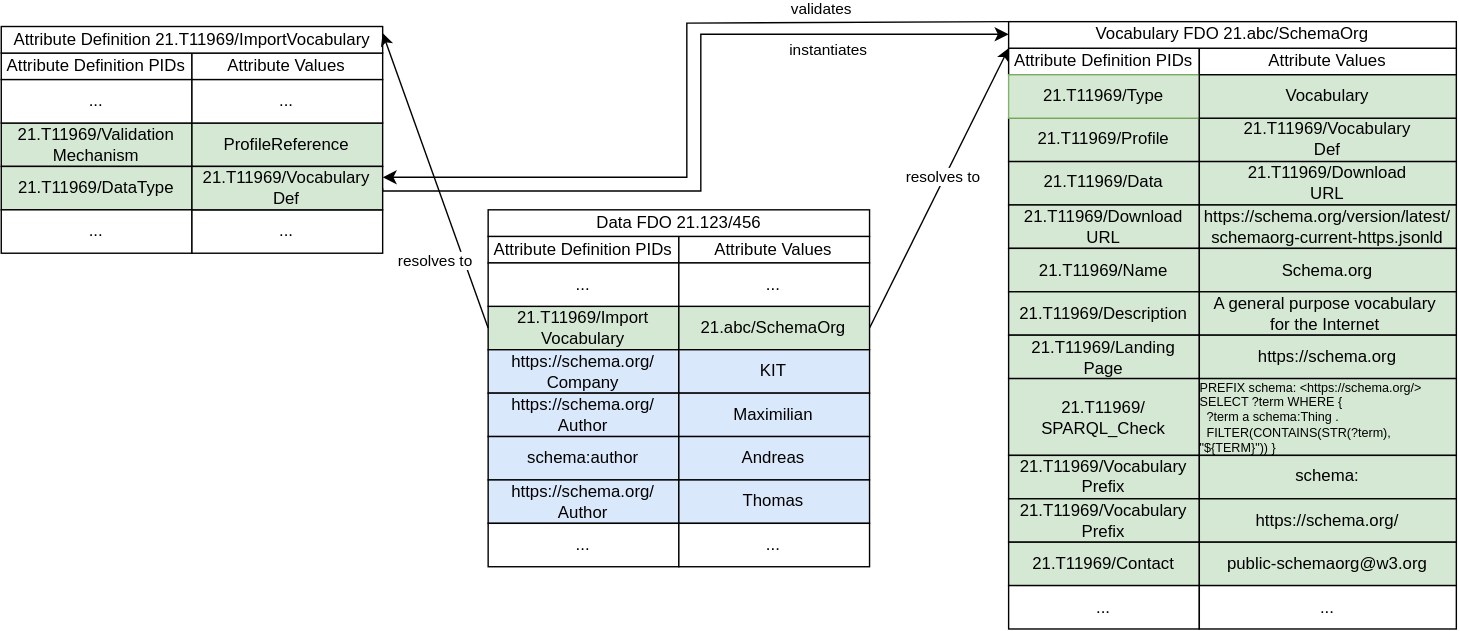
Earlier version of the draw.io export img/External-Vocabulary-Referencing.svg (fairdo-org/handle_fdo_specification). Source tidied: cells renumbered, new cells last; positions are measured from the earlier drawing's top-left corner, leaving out a move shared by most shapes. The source it was exported from:
```xml
<mxGraphModel>
  <root>
    <mxCell id="0" />
    <mxCell id="1" parent="0" />
    <mxCell id="2" value="Attribute Definition PIDs" style="rounded=0;whiteSpace=wrap;html=1;" parent="1" vertex="1">
      <mxGeometry y="31.4" width="136.3" height="19" as="geometry" />
    </mxCell>
    <mxCell id="3" value="Attribute Values" style="rounded=0;whiteSpace=wrap;html=1;" parent="1" vertex="1">
      <mxGeometry x="136.3" y="31.4" width="136.3" height="19" as="geometry" />
    </mxCell>
    <mxCell id="4" value="21.T11969/Validation&lt;br&gt;Mechanism" style="rounded=0;whiteSpace=wrap;html=1;fillColor=#D5E8D4;" parent="1" vertex="1">
      <mxGeometry y="81.4" width="136.3" height="31" as="geometry" />
    </mxCell>
    <mxCell id="5" value="ProfileReference" style="rounded=0;whiteSpace=wrap;html=1;fillColor=#D5E8D4;" parent="1" vertex="1">
      <mxGeometry x="136.3" y="81.4" width="136.3" height="31" as="geometry" />
    </mxCell>
    <mxCell id="6" value="21.T11969/DataType" style="rounded=0;whiteSpace=wrap;html=1;fillColor=#D5E8D4;" parent="1" vertex="1">
      <mxGeometry y="112.5" width="136.3" height="31" as="geometry" />
    </mxCell>
    <mxCell id="7" value="..." style="rounded=0;whiteSpace=wrap;html=1;fillColor=#FFFFFF;" parent="1" vertex="1">
      <mxGeometry y="50.4" width="136.3" height="31" as="geometry" />
    </mxCell>
    <mxCell id="8" value="..." style="rounded=0;whiteSpace=wrap;html=1;fillColor=#FFFFFF;" parent="1" vertex="1">
      <mxGeometry x="136.3" y="50.4" width="136.3" height="31" as="geometry" />
    </mxCell>
    <mxCell id="9" value="..." style="rounded=0;whiteSpace=wrap;html=1;fillColor=#FFFFFF;" parent="1" vertex="1">
      <mxGeometry y="143.5" width="136.3" height="31" as="geometry" />
    </mxCell>
    <mxCell id="10" value="..." style="rounded=0;whiteSpace=wrap;html=1;fillColor=#FFFFFF;" parent="1" vertex="1">
      <mxGeometry x="136.3" y="143.5" width="136.3" height="31" as="geometry" />
    </mxCell>
    <mxCell id="11" style="rounded=1;jettySize=auto;html=1;exitX=1;exitY=0.75;exitDx=0;exitDy=0;entryX=0;entryY=0.5;entryDx=0;entryDy=0;fontFamily=Architects Daughter;fontSource=https%3A%2F%2Ffonts.googleapis.com%2Fcss%3Ffamily%3DArchitects%2BDaughter;fontSize=16;startSize=14;endArrow=open;endSize=14;sourcePerimeterSpacing=8;targetPerimeterSpacing=8;elbow=vertical;strokeColor=none;" parent="1" edge="1" source="13" target="36">
      <mxGeometry relative="1" as="geometry" />
    </mxCell>
    <mxCell id="12" style="edgeStyle=orthogonalEdgeStyle;rounded=0;jettySize=auto;html=1;exitX=1;exitY=0.5;exitDx=0;exitDy=0;fontFamily=Architects Daughter;fontSource=https%3A%2F%2Ffonts.googleapis.com%2Fcss%3Ffamily%3DArchitects%2BDaughter;fontSize=16;startSize=14;endArrow=classic;endSize=7;sourcePerimeterSpacing=8;targetPerimeterSpacing=8;endFill=1;strokeWidth=1;" parent="1" edge="1" source="13">
      <mxGeometry relative="1" as="geometry">
        <mxPoint x="720" y="18" as="targetPoint" />
        <Array as="points">
          <mxPoint x="273" y="130" />
          <mxPoint x="500" y="130" />
          <mxPoint x="500" y="18" />
          <mxPoint x="720" y="18" />
        </Array>
      </mxGeometry>
    </mxCell>
    <mxCell id="13" value="21.T11969/Vocabulary&lt;br&gt;Def" style="rounded=0;whiteSpace=wrap;html=1;fillColor=#D5E8D4;" parent="1" vertex="1">
      <mxGeometry x="136.3" y="112.5" width="136.3" height="31" as="geometry" />
    </mxCell>
    <mxCell id="14" value="Attribute Definition 21.T11969/ImportVocabulary" style="rounded=0;whiteSpace=wrap;html=1;" parent="1" vertex="1">
      <mxGeometry y="12.5" width="272.6" height="19" as="geometry" />
    </mxCell>
    <mxCell id="15" value="Attribute Definition PIDs" style="rounded=0;whiteSpace=wrap;html=1;" parent="1" vertex="1">
      <mxGeometry x="348" y="162.5" width="136.3" height="19" as="geometry" />
    </mxCell>
    <mxCell id="16" value="Attribute Values" style="rounded=0;whiteSpace=wrap;html=1;" parent="1" vertex="1">
      <mxGeometry x="484.3" y="162.5" width="136.3" height="19" as="geometry" />
    </mxCell>
    <mxCell id="17" value="21.T11969/Import&lt;br&gt;Vocabulary" style="rounded=0;whiteSpace=wrap;html=1;fillColor=#D5E8D4;" parent="1" vertex="1">
      <mxGeometry x="348" y="212.5" width="136.3" height="31" as="geometry" />
    </mxCell>
    <mxCell id="18" value="21.abc/SchemaOrg" style="rounded=0;whiteSpace=wrap;html=1;fillColor=#D5E8D4;" parent="1" vertex="1">
      <mxGeometry x="484.3" y="212.5" width="136.3" height="31" as="geometry" />
    </mxCell>
    <mxCell id="19" value="..." style="rounded=0;whiteSpace=wrap;html=1;fillColor=#FFFFFF;" parent="1" vertex="1">
      <mxGeometry x="348" y="181.4" width="136.3" height="31" as="geometry" />
    </mxCell>
    <mxCell id="20" value="..." style="rounded=0;whiteSpace=wrap;html=1;fillColor=#FFFFFF;" parent="1" vertex="1">
      <mxGeometry x="484.3" y="181.4" width="136.3" height="31" as="geometry" />
    </mxCell>
    <mxCell id="21" value="https://schema.org/&lt;br&gt;Company" style="rounded=0;whiteSpace=wrap;html=1;fillColor=#dae8fc;strokeColor=#000000;" parent="1" vertex="1">
      <mxGeometry x="348" y="243.5" width="136.3" height="31" as="geometry" />
    </mxCell>
    <mxCell id="22" value="KIT" style="rounded=0;whiteSpace=wrap;html=1;fillColor=#dae8fc;strokeColor=#000000;" parent="1" vertex="1">
      <mxGeometry x="484.3" y="243.5" width="136.3" height="31" as="geometry" />
    </mxCell>
    <mxCell id="23" value="Data FDO 21.123/456" style="rounded=0;whiteSpace=wrap;html=1;" parent="1" vertex="1">
      <mxGeometry x="348" y="143.5" width="272.6" height="19" as="geometry" />
    </mxCell>
    <mxCell id="24" value="resolves to" style="endArrow=classic;html=1;rounded=0;exitX=0;exitY=0.5;exitDx=0;exitDy=0;entryX=1;entryY=0.25;entryDx=0;entryDy=0;" parent="1" edge="1" source="17" target="14">
      <mxGeometry x="-0.48" y="20" relative="1" as="geometry" />
    </mxCell>
    <mxCell id="25" style="endArrow=classic;html=1;rounded=0;exitX=1;exitY=0.5;exitDx=0;exitDy=0;entryX=0;entryY=0;entryDx=0;entryDy=0;" parent="1" edge="1" source="18" target="27">
      <mxGeometry relative="1" as="geometry" />
    </mxCell>
    <mxCell id="26" value="resolves to" style="edgeLabel;html=1;align=center;verticalAlign=middle;" parent="25" vertex="1">
      <mxGeometry x="0.03" relative="1" as="geometry">
        <mxPoint y="-5" as="offset" />
      </mxGeometry>
    </mxCell>
    <mxCell id="27" value="Attribute Definition PIDs" style="rounded=0;whiteSpace=wrap;html=1;" parent="1" vertex="1">
      <mxGeometry x="720" y="28" width="136.3" height="19" as="geometry" />
    </mxCell>
    <mxCell id="28" value="Attribute Values" style="rounded=0;whiteSpace=wrap;html=1;" parent="1" vertex="1">
      <mxGeometry x="856.3" y="28" width="183.7" height="19" as="geometry" />
    </mxCell>
    <mxCell id="29" value="21.T11969/Profile" style="rounded=0;whiteSpace=wrap;html=1;fillColor=#d5e8d4;strokeColor=#000000;" parent="1" vertex="1">
      <mxGeometry x="720" y="78" width="136.3" height="31" as="geometry" />
    </mxCell>
    <mxCell id="30" value="21.T11969/Vocabulary&lt;br&gt;Def" style="rounded=0;whiteSpace=wrap;html=1;fillColor=#d5e8d4;strokeColor=#000000;" parent="1" vertex="1">
      <mxGeometry x="856.3" y="78" width="183.7" height="31" as="geometry" />
    </mxCell>
    <mxCell id="31" value="21.T11969/Type" style="rounded=0;whiteSpace=wrap;html=1;fillColor=#d5e8d4;strokeColor=#82b366;" parent="1" vertex="1">
      <mxGeometry x="720" y="46.9" width="136.3" height="31" as="geometry" />
    </mxCell>
    <mxCell id="32" value="Vocabulary" style="rounded=0;whiteSpace=wrap;html=1;fillColor=#d5e8d4;strokeColor=#000000;" parent="1" vertex="1">
      <mxGeometry x="856.3" y="46.9" width="183.7" height="31" as="geometry" />
    </mxCell>
    <mxCell id="33" value="21.T11969/Data" style="rounded=0;whiteSpace=wrap;html=1;fillColor=#d5e8d4;strokeColor=#000000;" parent="1" vertex="1">
      <mxGeometry x="720" y="109" width="136.3" height="31" as="geometry" />
    </mxCell>
    <mxCell id="34" value="21.T11969/Download&lt;br&gt;URL" style="rounded=0;whiteSpace=wrap;html=1;fillColor=#d5e8d4;strokeColor=#000000;" parent="1" vertex="1">
      <mxGeometry x="856.3" y="109" width="183.7" height="31" as="geometry" />
    </mxCell>
    <mxCell id="35" style="edgeStyle=orthogonalEdgeStyle;rounded=0;jettySize=auto;html=1;exitX=0;exitY=0;exitDx=0;exitDy=0;entryX=1;entryY=0.25;entryDx=0;entryDy=0;fontFamily=Architects Daughter;fontSource=https%3A%2F%2Ffonts.googleapis.com%2Fcss%3Ffamily%3DArchitects%2BDaughter;fontSize=16;startSize=14;endArrow=classic;endSize=7;sourcePerimeterSpacing=8;targetPerimeterSpacing=8;endFill=1;" parent="1" edge="1" source="36" target="13">
      <mxGeometry relative="1" as="geometry">
        <Array as="points">
          <mxPoint x="720" y="10" />
          <mxPoint x="490" y="10" />
          <mxPoint x="490" y="120" />
        </Array>
      </mxGeometry>
    </mxCell>
    <mxCell id="36" value="Vocabulary FDO 21.abc/SchemaOrg" style="rounded=0;whiteSpace=wrap;html=1;" parent="1" vertex="1">
      <mxGeometry x="720" y="9" width="320" height="19" as="geometry" />
    </mxCell>
    <mxCell id="37" value="https://schema.org/&lt;br&gt;Author" style="rounded=0;whiteSpace=wrap;html=1;fillColor=#dae8fc;strokeColor=#000000;" parent="1" vertex="1">
      <mxGeometry x="348" y="274.5" width="136.3" height="31" as="geometry" />
    </mxCell>
    <mxCell id="38" value="schema:author" style="rounded=0;whiteSpace=wrap;html=1;fillColor=#dae8fc;strokeColor=#000000;" parent="1" vertex="1">
      <mxGeometry x="348" y="305.5" width="136.3" height="31" as="geometry" />
    </mxCell>
    <mxCell id="39" value="https://schema.org/&lt;br&gt;Author" style="rounded=0;whiteSpace=wrap;html=1;fillColor=#dae8fc;strokeColor=#000000;" parent="1" vertex="1">
      <mxGeometry x="348" y="336.5" width="136.3" height="31" as="geometry" />
    </mxCell>
    <mxCell id="40" value="Maximilian" style="rounded=0;whiteSpace=wrap;html=1;fillColor=#dae8fc;strokeColor=#000000;" parent="1" vertex="1">
      <mxGeometry x="484.3" y="274.5" width="136.3" height="31" as="geometry" />
    </mxCell>
    <mxCell id="41" value="Andreas" style="rounded=0;whiteSpace=wrap;html=1;fillColor=#dae8fc;strokeColor=#000000;" parent="1" vertex="1">
      <mxGeometry x="484.3" y="305.5" width="136.3" height="31" as="geometry" />
    </mxCell>
    <mxCell id="42" value="Thomas" style="rounded=0;whiteSpace=wrap;html=1;fillColor=#dae8fc;strokeColor=#000000;" parent="1" vertex="1">
      <mxGeometry x="484.3" y="336.5" width="136.3" height="31" as="geometry" />
    </mxCell>
    <mxCell id="43" value="..." style="rounded=0;whiteSpace=wrap;html=1;fillColor=#FFFFFF;" parent="1" vertex="1">
      <mxGeometry x="348" y="367.5" width="136.3" height="31" as="geometry" />
    </mxCell>
    <mxCell id="44" value="..." style="rounded=0;whiteSpace=wrap;html=1;fillColor=#FFFFFF;" parent="1" vertex="1">
      <mxGeometry x="484.3" y="367.5" width="136.3" height="31" as="geometry" />
    </mxCell>
    <mxCell id="45" value="21.T11969/Download&lt;br&gt;URL" style="rounded=0;whiteSpace=wrap;html=1;fillColor=#d5e8d4;strokeColor=#000000;" parent="1" vertex="1">
      <mxGeometry x="720" y="140" width="136.3" height="31" as="geometry" />
    </mxCell>
    <mxCell id="46" value="21.T11969/Name" style="rounded=0;whiteSpace=wrap;html=1;fillColor=#d5e8d4;strokeColor=#000000;" parent="1" vertex="1">
      <mxGeometry x="720" y="171" width="136.3" height="31" as="geometry" />
    </mxCell>
    <mxCell id="47" value="21.T11969/Description" style="rounded=0;whiteSpace=wrap;html=1;fillColor=#d5e8d4;strokeColor=#000000;" parent="1" vertex="1">
      <mxGeometry x="720" y="202" width="136.3" height="31" as="geometry" />
    </mxCell>
    <mxCell id="48" value="21.T11969/Landing&lt;br&gt;Page" style="rounded=0;whiteSpace=wrap;html=1;fillColor=#d5e8d4;strokeColor=#000000;" parent="1" vertex="1">
      <mxGeometry x="720" y="233.1" width="136.3" height="31" as="geometry" />
    </mxCell>
    <mxCell id="49" value="21.T11969/&lt;br&gt;SPARQL_Check" style="rounded=0;whiteSpace=wrap;html=1;fillColor=#d5e8d4;strokeColor=#000000;" parent="1" vertex="1">
      <mxGeometry x="720" y="264.1" width="136.3" height="54.9" as="geometry" />
    </mxCell>
    <mxCell id="50" value="21.T11969/Vocabulary&lt;br&gt;Prefix" style="rounded=0;whiteSpace=wrap;html=1;fillColor=#d5e8d4;strokeColor=#000000;" parent="1" vertex="1">
      <mxGeometry x="720" y="319" width="136.3" height="31" as="geometry" />
    </mxCell>
    <mxCell id="51" value="21.T11969/Vocabulary&lt;br&gt;Prefix" style="rounded=0;whiteSpace=wrap;html=1;fillColor=#d5e8d4;strokeColor=#000000;" parent="1" vertex="1">
      <mxGeometry x="720" y="350" width="136.3" height="31" as="geometry" />
    </mxCell>
    <mxCell id="52" value="21.T11969/Contact" style="rounded=0;whiteSpace=wrap;html=1;fillColor=#d5e8d4;strokeColor=#000000;" parent="1" vertex="1">
      <mxGeometry x="720" y="381" width="136.3" height="31" as="geometry" />
    </mxCell>
    <mxCell id="53" value="&lt;a href=&quot;https://schema.org/version/latest/schemaorg-current-https.jsonld&quot;&gt;https://schema.org/version/latest/&lt;/a&gt;&lt;div&gt;&lt;a href=&quot;https://schema.org/version/latest/schemaorg-current-https.jsonld&quot;&gt;schemaorg-current-https.jsonld&lt;/a&gt;&lt;/div&gt;" style="rounded=0;whiteSpace=wrap;html=1;fillColor=#d5e8d4;strokeColor=#000000;" parent="1" vertex="1">
      <mxGeometry x="856.3" y="140" width="183.7" height="31" as="geometry" />
    </mxCell>
    <mxCell id="54" value="Schema.org" style="rounded=0;whiteSpace=wrap;html=1;fillColor=#d5e8d4;strokeColor=#000000;" parent="1" vertex="1">
      <mxGeometry x="856.3" y="171" width="183.7" height="31" as="geometry" />
    </mxCell>
    <mxCell id="55" value="A general purpose vocabulary&amp;nbsp;&lt;div&gt;for the Internet&amp;nbsp;&lt;/div&gt;" style="rounded=0;whiteSpace=wrap;html=1;fillColor=#d5e8d4;strokeColor=#000000;" parent="1" vertex="1">
      <mxGeometry x="856.3" y="202" width="183.7" height="31" as="geometry" />
    </mxCell>
    <mxCell id="56" value="&lt;a href=&quot;https://schema.org/&quot;&gt;https://schema.org&lt;/a&gt;" style="rounded=0;whiteSpace=wrap;html=1;fillColor=#d5e8d4;strokeColor=#000000;" parent="1" vertex="1">
      <mxGeometry x="856.3" y="233.1" width="183.7" height="31" as="geometry" />
    </mxCell>
    <mxCell id="57" value="&lt;div style=&quot;font-size: 9px; text-align: left;&quot;&gt;PREFIX schema: &amp;lt;https://schema.org/&amp;gt;&lt;/div&gt;&lt;div style=&quot;font-size: 9px; text-align: left;&quot;&gt;SELECT ?term WHERE {&lt;/div&gt;&lt;div style=&quot;font-size: 9px; text-align: left;&quot;&gt;&amp;nbsp; ?term a schema:Thing .&lt;/div&gt;&lt;div style=&quot;font-size: 9px; text-align: left;&quot;&gt;&amp;nbsp; FILTER(CONTAINS(STR(?term), &quot;${TERM}&quot;)) }&lt;/div&gt;" style="rounded=0;whiteSpace=wrap;html=1;fillColor=#d5e8d4;strokeColor=#000000;" parent="1" vertex="1">
      <mxGeometry x="856.3" y="264.1" width="183.7" height="54.9" as="geometry" />
    </mxCell>
    <mxCell id="58" value="schema:" style="rounded=0;whiteSpace=wrap;html=1;fillColor=#d5e8d4;strokeColor=#000000;" parent="1" vertex="1">
      <mxGeometry x="856.3" y="319" width="183.7" height="31" as="geometry" />
    </mxCell>
    <mxCell id="59" value="https://schema.org/" style="rounded=0;whiteSpace=wrap;html=1;fillColor=#d5e8d4;strokeColor=#000000;" parent="1" vertex="1">
      <mxGeometry x="856.3" y="350" width="183.7" height="31" as="geometry" />
    </mxCell>
    <mxCell id="60" value="&lt;a href=&quot;https://lists.w3.org/Archives/Public/public-schemaorg/&quot;&gt;public-schemaorg@w3.org&lt;/a&gt;" style="rounded=0;whiteSpace=wrap;html=1;fillColor=#d5e8d4;strokeColor=#000000;" parent="1" vertex="1">
      <mxGeometry x="856.3" y="381" width="183.7" height="31" as="geometry" />
    </mxCell>
    <mxCell id="61" value="..." style="rounded=0;whiteSpace=wrap;html=1;fillColor=#FFFFFF;" parent="1" vertex="1">
      <mxGeometry x="720" y="412" width="136.3" height="31" as="geometry" />
    </mxCell>
    <mxCell id="62" value="..." style="rounded=0;whiteSpace=wrap;html=1;fillColor=#FFFFFF;" parent="1" vertex="1">
      <mxGeometry x="856.3" y="412" width="183.7" height="31" as="geometry" />
    </mxCell>
    <mxCell id="63" value="validates" style="edgeLabel;html=1;align=center;verticalAlign=middle;" parent="1" vertex="1">
      <mxGeometry x="580" as="geometry">
        <mxPoint x="5" y="-1" as="offset" />
      </mxGeometry>
    </mxCell>
    <mxCell id="64" value="instantiates" style="edgeLabel;html=1;align=center;verticalAlign=middle;" parent="1" vertex="1">
      <mxGeometry x="590" y="28" as="geometry" />
    </mxCell>
  </root>
</mxGraphModel>
```
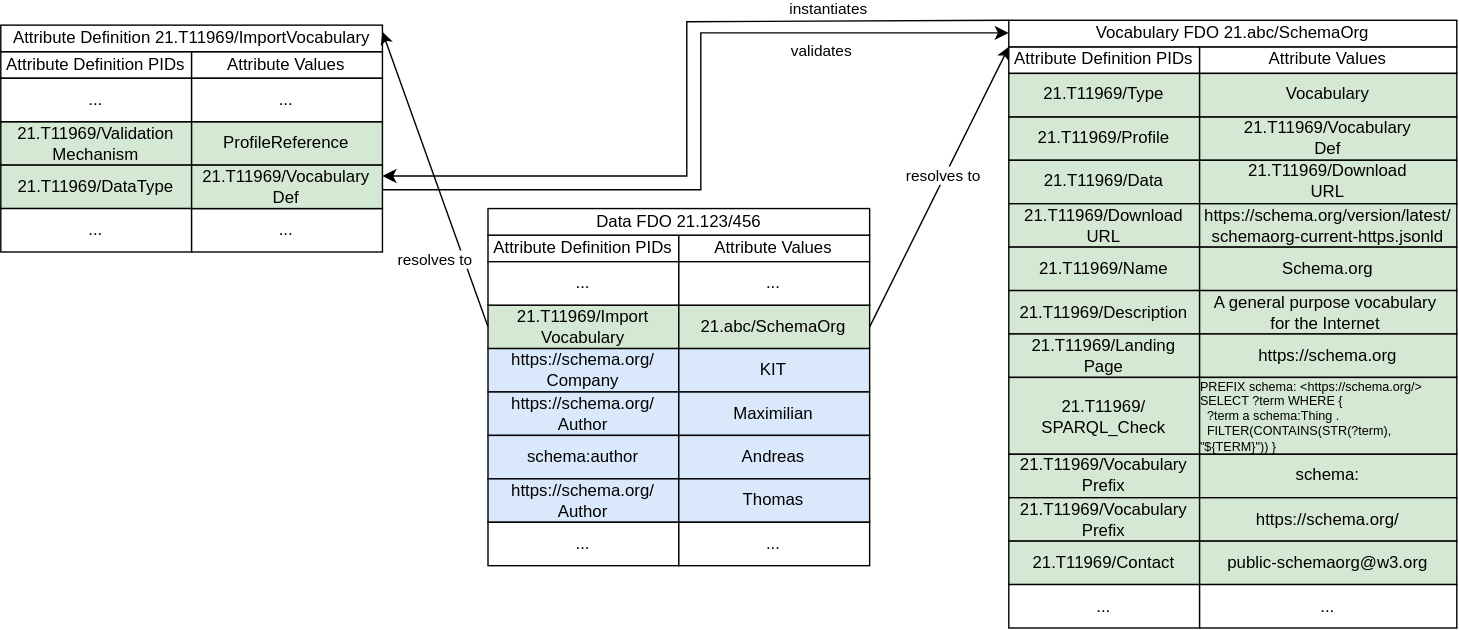
The same file after the commit.

Commit message:
finalize external vocabulary referencing

Diff of the diagram source:
```diff
@@ -87,7 +87,7 @@
         <mxPoint y="-5" as="offset" />
       </mxGeometry>
     </mxCell>
-    <mxCell id="27" value="Attribute Definition PIDs" style="rounded=0;whiteSpace=wrap;html=1;" parent="1" vertex="1">
+    <mxCell id="27" value="Attribute Definition PIDs" style="rounded=0;whiteSpace=wrap;html=1;strokeColor=#000000;" parent="1" vertex="1">
       <mxGeometry x="720" y="28" width="136.3" height="19" as="geometry" />
     </mxCell>
     <mxCell id="28" value="Attribute Values" style="rounded=0;whiteSpace=wrap;html=1;" parent="1" vertex="1">
@@ -99,7 +99,7 @@
     <mxCell id="30" value="21.T11969/Vocabulary&lt;br&gt;Def" style="rounded=0;whiteSpace=wrap;html=1;fillColor=#d5e8d4;strokeColor=#000000;" parent="1" vertex="1">
       <mxGeometry x="856.3" y="78" width="183.7" height="31" as="geometry" />
     </mxCell>
-    <mxCell id="31" value="21.T11969/Type" style="rounded=0;whiteSpace=wrap;html=1;fillColor=#d5e8d4;strokeColor=#82b366;" parent="1" vertex="1">
+    <mxCell id="31" value="21.T11969/Type" style="rounded=0;whiteSpace=wrap;html=1;fillColor=#d5e8d4;strokeColor=#000000;" parent="1" vertex="1">
       <mxGeometry x="720" y="46.9" width="136.3" height="31" as="geometry" />
     </mxCell>
     <mxCell id="32" value="Vocabulary" style="rounded=0;whiteSpace=wrap;html=1;fillColor=#d5e8d4;strokeColor=#000000;" parent="1" vertex="1">
@@ -202,12 +202,12 @@
       <mxGeometry x="856.3" y="412" width="183.7" height="31" as="geometry" />
     </mxCell>
     <mxCell id="63" value="validates" style="edgeLabel;html=1;align=center;verticalAlign=middle;" parent="1" vertex="1">
-      <mxGeometry x="580" as="geometry">
+      <mxGeometry x="580" y="31.4" as="geometry">
         <mxPoint x="5" y="-1" as="offset" />
       </mxGeometry>
     </mxCell>
     <mxCell id="64" value="instantiates" style="edgeLabel;html=1;align=center;verticalAlign=middle;" parent="1" vertex="1">
-      <mxGeometry x="590" y="28" as="geometry" />
+      <mxGeometry x="590" as="geometry" />
     </mxCell>
   </root>
 </mxGraphModel>
```
